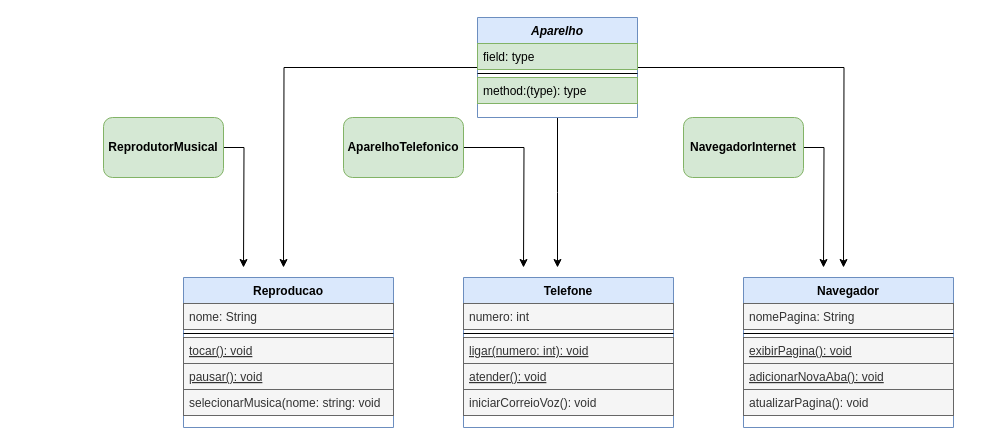
christianlacerdahotmail/Diagramacao-de-Classes-do-iPhone-DesafioDeProjeto-DIO keeps this draw.io diagram as Diagrama sem nome.drawio. Above is the earlier version. Source tidied: cells renumbered, new cells numbered last; positions are measured from the earlier drawing's top-left corner, leaving out a move shared by most shapes. Both pictures are drawn from the tidied source at 100%, with x=0, y=0 at pixel (103, 17).
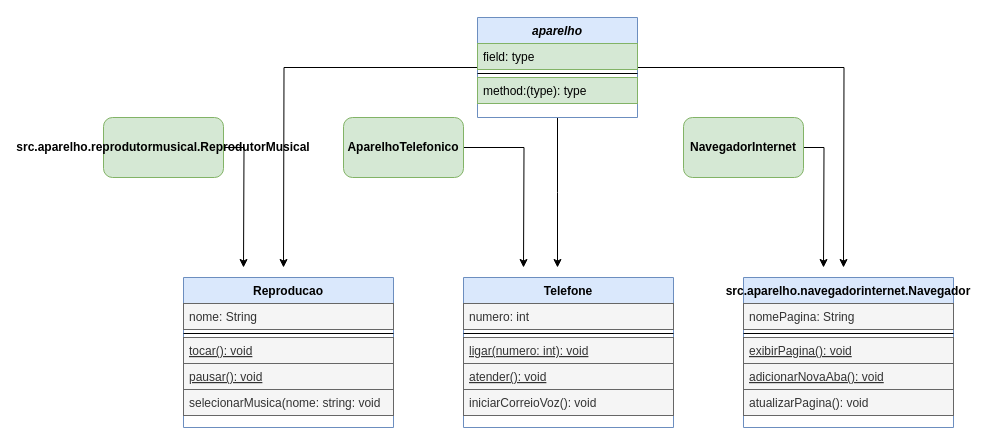
The same diagram, later.

Diff of the diagram source:
```diff
@@
-    <mxCell id="5" value="Aparelho" style="swimlane;fontStyle=3;align=center;verticalAlign=top;horizontal=1;startSize=26;rounded=0;shadow=0;strokeWidth=1;fillColor=#dae8fc;strokeColor=#6c8ebf;" parent="1" vertex="1">
+    <mxCell id="5" value="aparelho" style="swimlane;fontStyle=3;align=center;verticalAlign=top;horizontal=1;startSize=26;rounded=0;shadow=0;strokeWidth=1;fillColor=#dae8fc;strokeColor=#6c8ebf;" parent="1" vertex="1">
       <mxGeometry x="374" width="160" height="100" as="geometry" />
     </mxCell>
@@
-    <mxCell id="21" value="Navegador" style="swimlane;fontStyle=1;align=center;verticalAlign=top;horizontal=1;startSize=26;rounded=0;shadow=0;strokeWidth=1;fillColor=#dae8fc;strokeColor=#6c8ebf;" parent="1" vertex="1">
+    <mxCell id="21" value="src.aparelho.navegadorinternet.Navegador" style="swimlane;fontStyle=1;align=center;verticalAlign=top;horizontal=1;startSize=26;rounded=0;shadow=0;strokeWidth=1;fillColor=#dae8fc;strokeColor=#6c8ebf;" parent="1" vertex="1">
       <mxGeometry x="640" y="260" width="210" height="150" as="geometry" />
     </mxCell>
@@
-    <mxCell id="28" value="&lt;b&gt;ReprodutorMusical&lt;/b&gt;" style="rounded=1;whiteSpace=wrap;html=1;fillColor=#d5e8d4;strokeColor=#82b366;" parent="1" vertex="1">
+    <mxCell id="28" value="&lt;b&gt;src.aparelho.reprodutormusical.ReprodutorMusical&lt;/b&gt;" style="rounded=1;whiteSpace=wrap;html=1;fillColor=#d5e8d4;strokeColor=#82b366;" parent="1" vertex="1">
       <mxGeometry y="100" width="120" height="60" as="geometry" />
     </mxCell>
```
